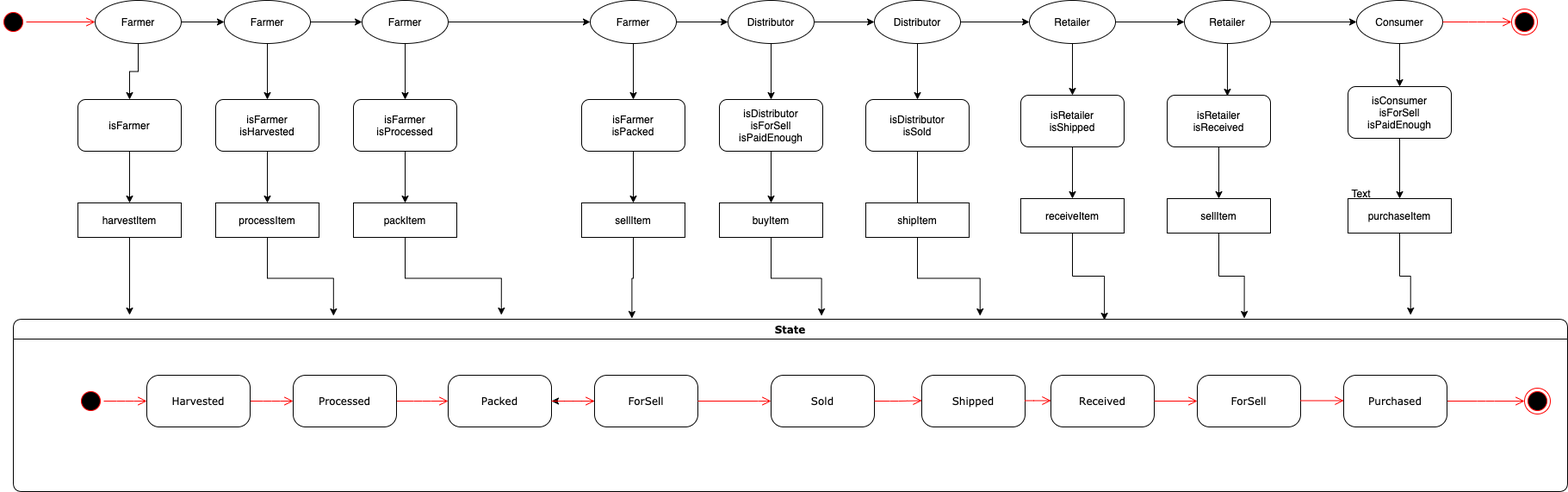
Earlier version of the draw.io export BlockChain nano degree/Supply chain/uml/state Diagram.png (FouedM/Udacity). Source tidied: cells renumbered, new cells last; positions are measured from the earlier drawing's top-left corner, leaving out a move shared by most shapes.
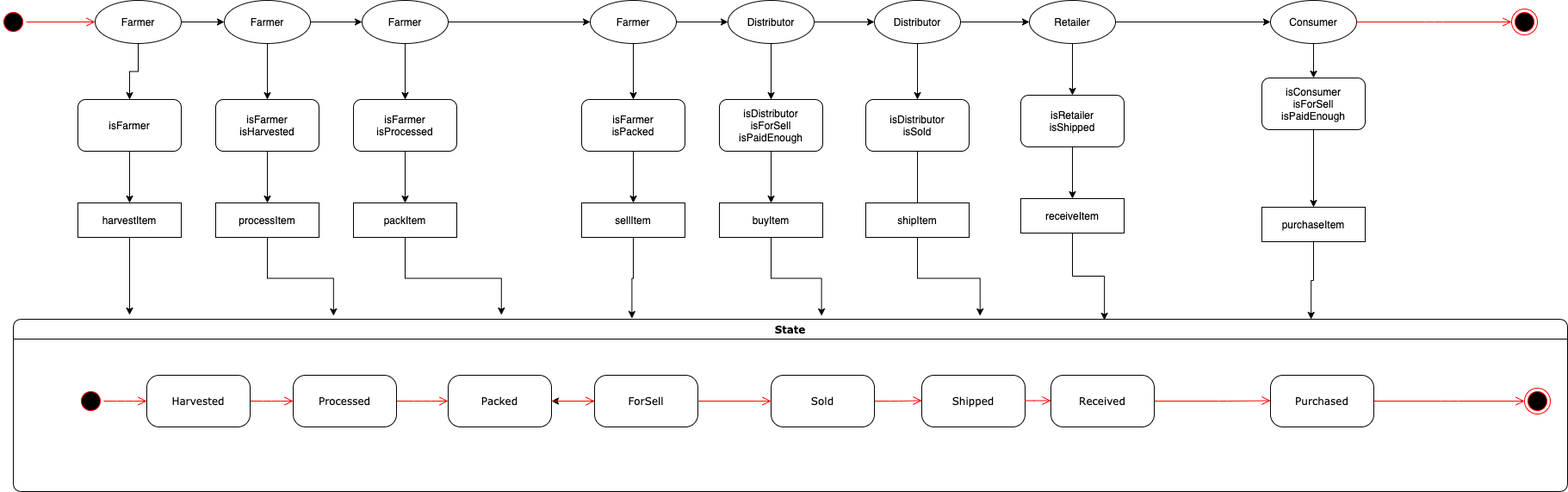
Later version of the same file.

Change to the diagram source:
```diff
@@ -29,10 +29,8 @@
     <mxCell id="10" value="Processed" style="rounded=1;whiteSpace=wrap;html=1;arcSize=24;fillColor=#FFFFFF;strokeColor=#000000;shadow=0;comic=0;labelBackgroundColor=none;fontFamily=Verdana;fontSize=12;fontColor=#000000;align=center;" parent="3" vertex="1">
       <mxGeometry x="325" y="65" width="120" height="60" as="geometry" />
     </mxCell>
-    <mxCell id="11" style="edgeStyle=elbowEdgeStyle;html=1;labelBackgroundColor=none;endArrow=open;endSize=8;strokeColor=#ff0000;fontFamily=Verdana;fontSize=12;align=left;" parent="3" edge="1" target="6">
-      <mxGeometry relative="1" as="geometry">
-        <mxPoint x="1665" y="95" as="sourcePoint" />
-      </mxGeometry>
+    <mxCell id="11" style="edgeStyle=elbowEdgeStyle;html=1;labelBackgroundColor=none;endArrow=open;endSize=8;strokeColor=#ff0000;fontFamily=Verdana;fontSize=12;align=left;exitX=1;exitY=0.5;exitDx=0;exitDy=0;" parent="3" edge="1" source="19" target="6">
+      <mxGeometry relative="1" as="geometry" />
     </mxCell>
     <mxCell id="12" value="Packed" style="rounded=1;whiteSpace=wrap;html=1;arcSize=24;fillColor=#FFFFFF;strokeColor=#000000;shadow=0;comic=0;labelBackgroundColor=none;fontFamily=Verdana;fontSize=12;fontColor=#000000;align=center;" parent="3" vertex="1">
       <mxGeometry x="505" y="65" width="120" height="60" as="geometry" />
@@ -52,11 +50,8 @@
     <mxCell id="17" value="Received" style="rounded=1;whiteSpace=wrap;html=1;arcSize=24;fillColor=#FFFFFF;strokeColor=#000000;shadow=0;comic=0;labelBackgroundColor=none;fontFamily=Verdana;fontSize=12;fontColor=#000000;align=center;" parent="3" vertex="1">
       <mxGeometry x="1205" y="65" width="120" height="60" as="geometry" />
     </mxCell>
-    <mxCell id="18" value="ForSell" style="rounded=1;whiteSpace=wrap;html=1;arcSize=24;fillColor=#FFFFFF;strokeColor=#000000;shadow=0;comic=0;labelBackgroundColor=none;fontFamily=Verdana;fontSize=12;fontColor=#000000;align=center;" parent="3" vertex="1">
-      <mxGeometry x="1375" y="65" width="120" height="60" as="geometry" />
-    </mxCell>
     <mxCell id="19" value="Purchased" style="rounded=1;whiteSpace=wrap;html=1;arcSize=24;fillColor=#FFFFFF;strokeColor=#000000;shadow=0;comic=0;labelBackgroundColor=none;fontFamily=Verdana;fontSize=12;fontColor=#000000;align=center;" parent="3" vertex="1">
-      <mxGeometry x="1545" y="65" width="120" height="60" as="geometry" />
+      <mxGeometry x="1460" y="65" width="120" height="60" as="geometry" />
     </mxCell>
     <mxCell id="20" style="edgeStyle=elbowEdgeStyle;html=1;labelBackgroundColor=none;endArrow=open;endSize=8;strokeColor=#ff0000;fontFamily=Verdana;fontSize=12;align=left;exitX=1;exitY=0.5;exitDx=0;exitDy=0;" parent="3" edge="1" source="12">
       <mxGeometry relative="1" as="geometry">
@@ -84,20 +79,12 @@
         </Array>
       </mxGeometry>
     </mxCell>
-    <mxCell id="24" style="edgeStyle=elbowEdgeStyle;html=1;labelBackgroundColor=none;endArrow=open;endSize=8;strokeColor=#ff0000;fontFamily=Verdana;fontSize=12;align=left;" parent="3" edge="1" target="18">
-      <mxGeometry relative="1" as="geometry">
-        <mxPoint x="1325" y="95" as="sourcePoint" />
-        <Array as="points">
-          <mxPoint x="1325" y="95" />
-        </Array>
-      </mxGeometry>
-    </mxCell>
     <mxCell id="25" style="edgeStyle=elbowEdgeStyle;html=1;labelBackgroundColor=none;endArrow=open;endSize=8;strokeColor=#ff0000;fontFamily=Verdana;fontSize=12;align=left;" parent="3" edge="1">
       <mxGeometry relative="1" as="geometry">
-        <mxPoint x="1495" y="94.5" as="sourcePoint" />
-        <mxPoint x="1545" y="94.5" as="targetPoint" />
+        <mxPoint x="1325" y="95" as="sourcePoint" />
+        <mxPoint x="1460" y="94.5" as="targetPoint" />
         <Array as="points">
-          <mxPoint x="1495" y="94.5" />
+          <mxPoint x="1410" y="94.5" />
         </Array>
       </mxGeometry>
     </mxCell>
@@ -241,7 +228,7 @@
     <mxCell id="69" style="edgeStyle=orthogonalEdgeStyle;rounded=0;jettySize=auto;html=1;entryX=0.5;entryY=0;entryDx=0;entryDy=0;" parent="1" edge="1" source="71" target="73">
       <mxGeometry relative="1" as="geometry" />
     </mxCell>
-    <mxCell id="70" style="edgeStyle=orthogonalEdgeStyle;rounded=0;jettySize=auto;html=1;entryX=0;entryY=0.5;entryDx=0;entryDy=0;" parent="1" edge="1" source="71" target="78">
+    <mxCell id="70" style="edgeStyle=orthogonalEdgeStyle;rounded=0;jettySize=auto;html=1;entryX=0;entryY=0.5;entryDx=0;entryDy=0;" parent="1" edge="1" source="71" target="84">
       <mxGeometry relative="1" as="geometry" />
     </mxCell>
     <mxCell id="71" value="Retailer&lt;br&gt;" style="ellipse;whiteSpace=wrap;html=1;strokeColor=#000000;fillColor=#FFFFFF;" parent="1" vertex="1">
@@ -259,55 +246,29 @@
     <mxCell id="75" value="receiveItem" style="rounded=0;whiteSpace=wrap;html=1;strokeColor=#000000;fillColor=#FFFFFF;" parent="1" vertex="1">
       <mxGeometry x="1185" y="230" width="120" height="40" as="geometry" />
     </mxCell>
-    <mxCell id="76" style="edgeStyle=orthogonalEdgeStyle;rounded=0;jettySize=auto;html=1;entryX=0.583;entryY=0.017;entryDx=0;entryDy=0;entryPerimeter=0;" parent="1" edge="1" source="78" target="80">
-      <mxGeometry relative="1" as="geometry" />
-    </mxCell>
-    <mxCell id="77" style="edgeStyle=orthogonalEdgeStyle;rounded=0;jettySize=auto;html=1;entryX=0;entryY=0.5;entryDx=0;entryDy=0;" parent="1" edge="1" source="78" target="84">
-      <mxGeometry relative="1" as="geometry" />
-    </mxCell>
-    <mxCell id="78" value="Retailer&lt;br&gt;" style="ellipse;whiteSpace=wrap;html=1;strokeColor=#000000;fillColor=#FFFFFF;" parent="1" vertex="1">
-      <mxGeometry x="1375" width="100" height="50" as="geometry" />
-    </mxCell>
-    <mxCell id="79" style="edgeStyle=orthogonalEdgeStyle;rounded=0;jettySize=auto;html=1;entryX=0.5;entryY=0;entryDx=0;entryDy=0;" parent="1" edge="1" source="80" target="82">
-      <mxGeometry relative="1" as="geometry" />
-    </mxCell>
-    <mxCell id="80" value="isRetailer&lt;br&gt;isReceived" style="rounded=1;whiteSpace=wrap;html=1;strokeColor=#000000;fillColor=#FFFFFF;" parent="1" vertex="1">
-      <mxGeometry x="1355" y="110" width="120" height="60" as="geometry" />
-    </mxCell>
-    <mxCell id="81" style="edgeStyle=orthogonalEdgeStyle;rounded=0;jettySize=auto;html=1;entryX=0.792;entryY=-0.005;entryDx=0;entryDy=0;entryPerimeter=0;" parent="1" edge="1" source="82" target="3">
-      <mxGeometry relative="1" as="geometry" />
-    </mxCell>
-    <mxCell id="82" value="sellItem" style="rounded=0;whiteSpace=wrap;html=1;strokeColor=#000000;fillColor=#FFFFFF;" parent="1" vertex="1">
-      <mxGeometry x="1355" y="230" width="120" height="40" as="geometry" />
-    </mxCell>
     <mxCell id="83" style="edgeStyle=orthogonalEdgeStyle;rounded=0;jettySize=auto;html=1;entryX=0.5;entryY=0;entryDx=0;entryDy=0;" parent="1" edge="1" source="84" target="86">
       <mxGeometry relative="1" as="geometry" />
     </mxCell>
     <mxCell id="84" value="Consumer" style="ellipse;whiteSpace=wrap;html=1;strokeColor=#000000;fillColor=#FFFFFF;" parent="1" vertex="1">
-      <mxGeometry x="1575" width="100" height="50" as="geometry" />
+      <mxGeometry x="1475" width="100" height="50" as="geometry" />
     </mxCell>
     <mxCell id="85" style="edgeStyle=orthogonalEdgeStyle;rounded=0;jettySize=auto;html=1;entryX=0.5;entryY=0;entryDx=0;entryDy=0;" parent="1" edge="1" source="86" target="88">
       <mxGeometry relative="1" as="geometry" />
     </mxCell>
     <mxCell id="86" value="isConsumer&lt;br&gt;isForSell&lt;br&gt;isPaidEnough" style="rounded=1;whiteSpace=wrap;html=1;strokeColor=#000000;fillColor=#FFFFFF;" parent="1" vertex="1">
-      <mxGeometry x="1565" y="100" width="120" height="60" as="geometry" />
+      <mxGeometry x="1465" y="90" width="120" height="60" as="geometry" />
     </mxCell>
-    <mxCell id="87" style="edgeStyle=orthogonalEdgeStyle;rounded=0;jettySize=auto;html=1;entryX=0.899;entryY=-0.025;entryDx=0;entryDy=0;entryPerimeter=0;" parent="1" edge="1" source="88" target="3">
+    <mxCell id="87" style="edgeStyle=orthogonalEdgeStyle;rounded=0;jettySize=auto;html=1;entryX=0.835;entryY=0;entryDx=0;entryDy=0;entryPerimeter=0;" parent="1" edge="1" source="88" target="3">
       <mxGeometry relative="1" as="geometry" />
     </mxCell>
     <mxCell id="88" value="purchaseItem" style="rounded=0;whiteSpace=wrap;html=1;strokeColor=#000000;fillColor=#FFFFFF;" parent="1" vertex="1">
-      <mxGeometry x="1565" y="230" width="120" height="40" as="geometry" />
+      <mxGeometry x="1465" y="240" width="120" height="40" as="geometry" />
     </mxCell>
     <mxCell id="89" style="ellipse;html=1;shape=endState;fillColor=#000000;strokeColor=#ff0000;rounded=1;shadow=0;comic=0;labelBackgroundColor=none;fontFamily=Verdana;fontSize=12;fontColor=#000000;align=center;" parent="1" vertex="1">
       <mxGeometry x="1755" y="10" width="30" height="30" as="geometry" />
     </mxCell>
-    <mxCell id="90" style="edgeStyle=elbowEdgeStyle;html=1;labelBackgroundColor=none;endArrow=open;endSize=8;strokeColor=#ff0000;fontFamily=Verdana;fontSize=12;align=left;" parent="1" edge="1" target="89">
-      <mxGeometry relative="1" as="geometry">
-        <mxPoint x="1675" y="25" as="sourcePoint" />
-      </mxGeometry>
+    <mxCell id="90" style="edgeStyle=elbowEdgeStyle;html=1;labelBackgroundColor=none;endArrow=open;endSize=8;strokeColor=#ff0000;fontFamily=Verdana;fontSize=12;align=left;" parent="1" edge="1" source="84" target="89">
+      <mxGeometry relative="1" as="geometry" />
     </mxCell>
-    <mxCell id="91" value="Text" style="text;html=1;align=center;verticalAlign=middle;" parent="1" vertex="1">
-      <mxGeometry x="1560" y="214" width="40" height="20" as="geometry" />
-    </mxCell>
   </root>
 </mxGraphModel>
```
